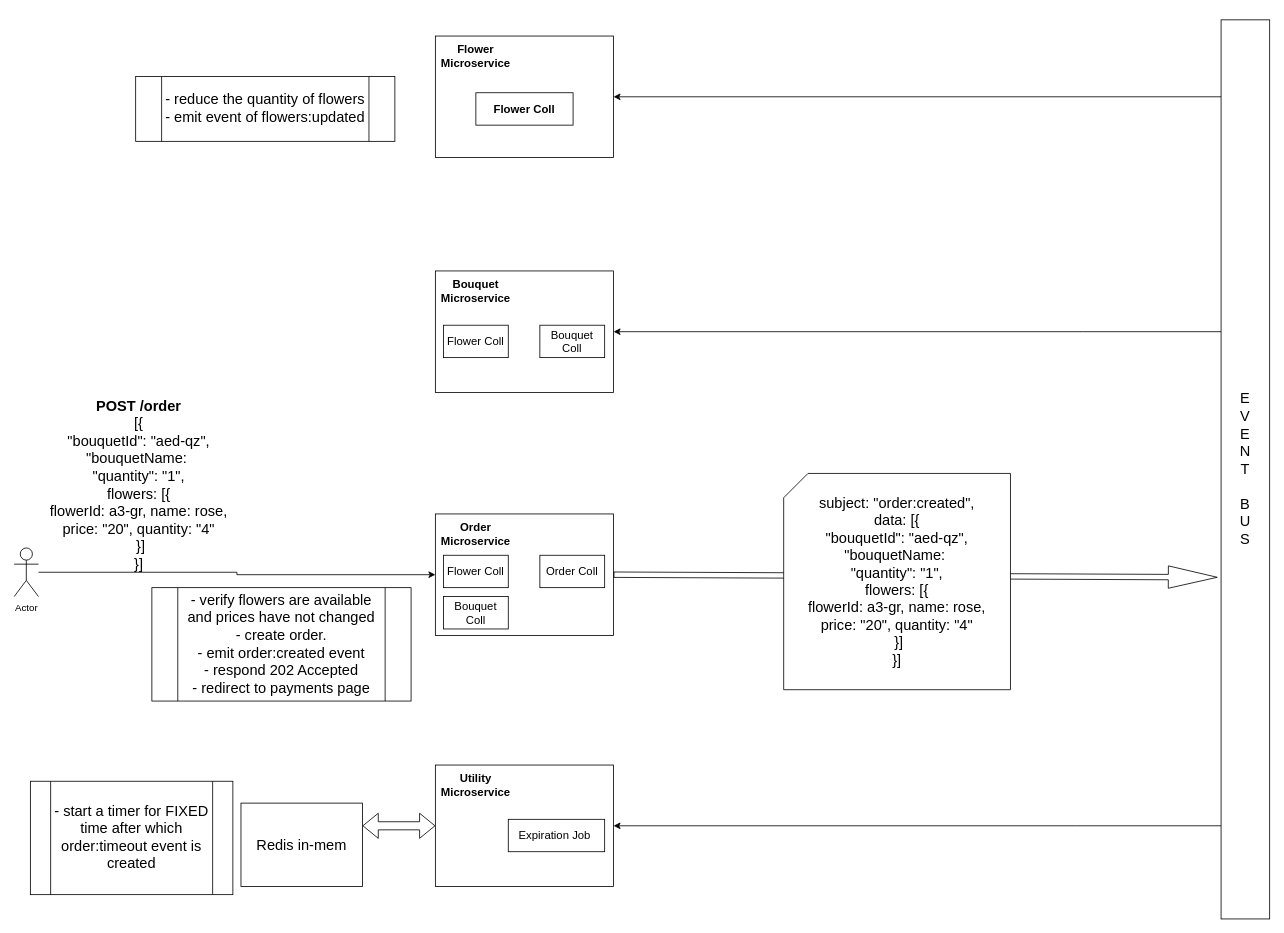
Earlier version of the draw.io diagram documentation/events/order/create.drawio (piyusheklavya777/flowerbouquet). Source tidied: cells renumbered, new cells numbered last; positions are measured from the earlier drawing's top-left corner, leaving out a move shared by most shapes. Both pictures are drawn from the tidied source at 81%, with x=0, y=0 at pixel (14, 19).
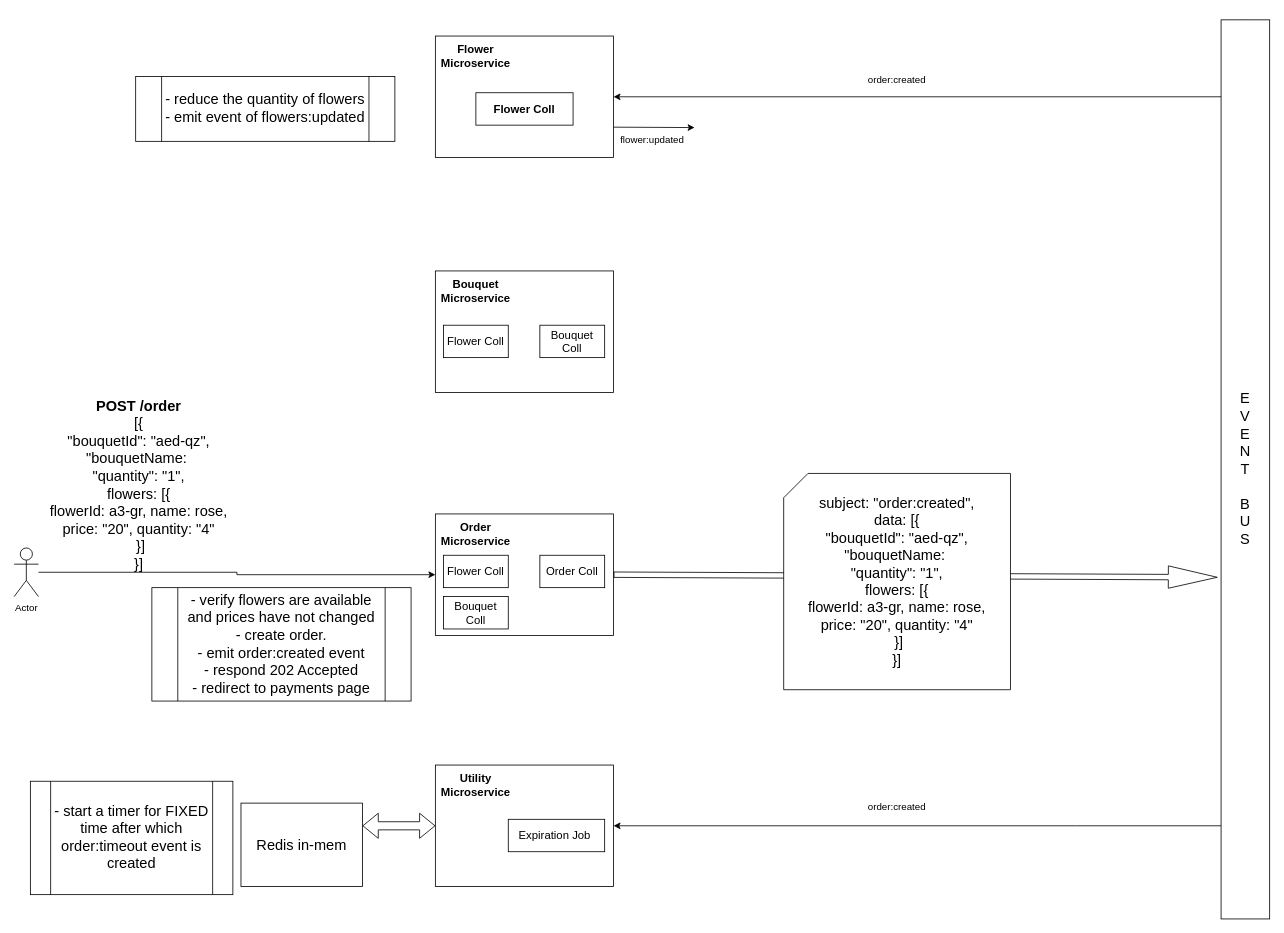
Above is the later version.

Unchanged cells that the change refers to:
```xml
<mxCell id="4" style="rounded=0;whiteSpace=wrap;html=1;align=center;" parent="1" vertex="1">
  <mxGeometry x="520" y="20" width="220" height="150" as="geometry" />
</mxCell>
<mxCell id="7" style="rounded=0;whiteSpace=wrap;html=1;align=center;" parent="1" vertex="1">
  <mxGeometry x="520" y="310" width="220" height="150" as="geometry" />
</mxCell>
<mxCell id="21" value="&lt;font style=&quot;font-size: 18px;&quot;&gt;E&lt;br&gt;V&lt;br&gt;E&lt;br&gt;N&lt;br&gt;T&lt;br&gt;&lt;br&gt;B&lt;br&gt;U&lt;br&gt;S&lt;/font&gt;" style="rounded=0;whiteSpace=wrap;html=1;" parent="1" vertex="1">
  <mxGeometry x="1490" width="60" height="1110" as="geometry" />
</mxCell>
```

Change to the diagram source:
```diff
@@
-    <mxCell id="20" style="edgeStyle=orthogonalEdgeStyle;rounded=0;jettySize=auto;html=1;entryX=1;entryY=0.5;entryDx=0;entryDy=0;fontSize=18;" parent="1" edge="1" source="21" target="7">
-      <mxGeometry relative="1" as="geometry">
-        <Array as="points">
-          <mxPoint x="1320" y="385" />
-          <mxPoint x="1320" y="385" />
-        </Array>
-      </mxGeometry>
-    </mxCell>
@@
+    <mxCell id="31" value="order:created" style="text;html=1;strokeColor=none;fillColor=none;align=center;verticalAlign=middle;whiteSpace=wrap;rounded=0;" parent="1" vertex="1">
+      <mxGeometry x="1060" y="60" width="60" height="30" as="geometry" />
+    </mxCell>
+    <mxCell id="32" value="flower:updated" style="text;html=1;strokeColor=none;fillColor=none;align=center;verticalAlign=middle;whiteSpace=wrap;rounded=0;" parent="1" vertex="1">
+      <mxGeometry x="758" y="133" width="60" height="30" as="geometry" />
+    </mxCell>
+    <mxCell id="33" style="endArrow=classic;html=1;exitX=1;exitY=0.75;exitDx=0;exitDy=0;" parent="1" edge="1" source="4">
+      <mxGeometry relative="1" as="geometry">
+        <mxPoint x="840" y="133" as="targetPoint" />
+      </mxGeometry>
+    </mxCell>
+    <mxCell id="34" value="order:created" style="text;html=1;strokeColor=none;fillColor=none;align=center;verticalAlign=middle;whiteSpace=wrap;rounded=0;" parent="1" vertex="1">
+      <mxGeometry x="1060" y="957" width="60" height="30" as="geometry" />
+    </mxCell>
```
